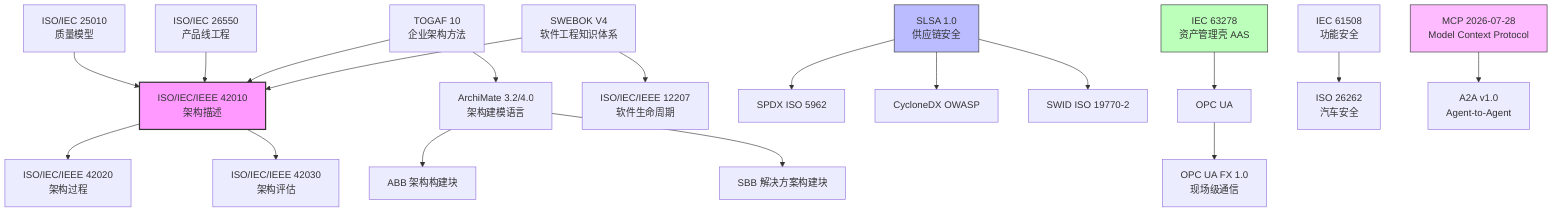
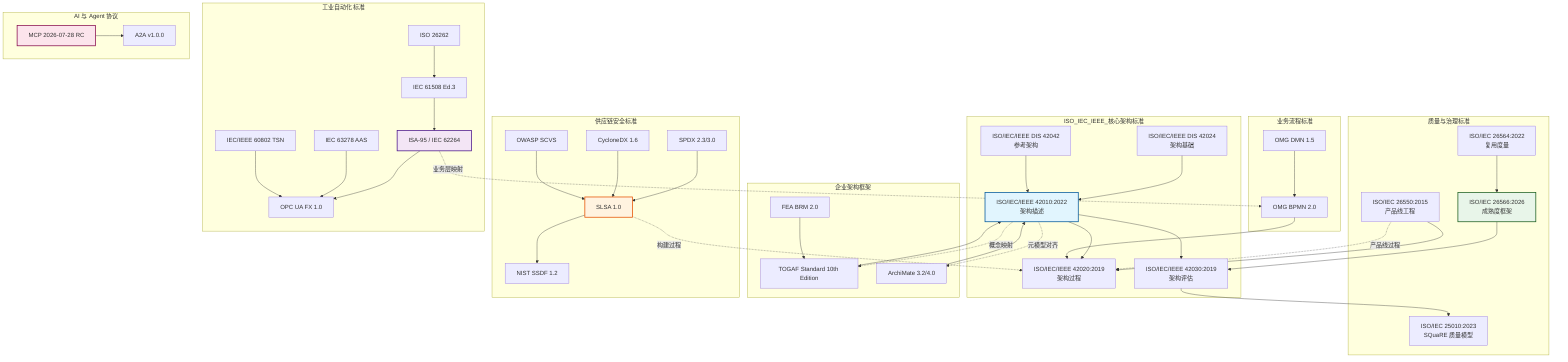
+ %% 软件工程架构复用视角：国际标准族谱图
+ %% 版本: 2026-06-06
+ %% 工具: Mermaid (graph TD)
+ %% 说明: 本图展示与本知识体系相关的国际标准之间的演化与依赖关系
+ 
graph TD
-     ISO42010[ISO/IEC/IEEE 42010<br/>架构描述] --> ISO42020[ISO/IEC/IEEE 42020<br/>架构过程]
-     ISO42010 --> ISO42030[ISO/IEC/IEEE 42030<br/>架构评估]
+     subgraph ISO_IEC_IEEE_核心架构标准
+         ISO42010[ISO/IEC/IEEE 42010:2022<br/>架构描述]
+         ISO42020[ISO/IEC/IEEE 42020:2019<br/>架构过程]
+         ISO42030[ISO/IEC/IEEE 42030:2019<br/>架构评估]
+         ISO42024[ISO/IEC/IEEE DIS 42024<br/>架构基础]
+         ISO42042[ISO/IEC/IEEE DIS 42042<br/>参考架构]

-     ISO25010[ISO/IEC 25010<br/>质量模型] --> ISO42010
+         ISO42010 --> ISO42020
+         ISO42010 --> ISO42030
+         ISO42024 --> ISO42010
+         ISO42042 --> ISO42010
+     end

-     ISO26550[ISO/IEC 26550<br/>产品线工程] --> ISO42010
+     subgraph 质量与治理标准
+         ISO25010[ISO/IEC 25010:2023<br/>SQuaRE 质量模型]
+         ISO26550[ISO/IEC 26550:2015<br/>产品线工程]
+         ISO26566[ISO/IEC 26566:2026<br/>成熟度框架]
+         ISO26564[ISO/IEC 26564:2022<br/>复用度量]

-     TOGAF[TOGAF 10<br/>企业架构方法] --> ISO42010
-     TOGAF --> ArchiMate[ArchiMate 3.2/4.0<br/>架构建模语言]
+         ISO42030 --> ISO25010
+         ISO26550 --> ISO42020
+         ISO26566 --> ISO42030
+         ISO26564 --> ISO26566
+     end

-     ArchiMate --> ABB[ABB 架构构建块]
-     ArchiMate --> SBB[SBB 解决方案构建块]
+     subgraph 企业架构框架
+         TOGAF10[TOGAF Standard 10th Edition]
+         ArchiMate42[ArchiMate 3.2/4.0]
+         FEABRM[FEA BRM 2.0]

-     SWEBOK[SWEBOK V4<br/>软件工程知识体系] --> ISO42010
-     SWEBOK --> ISO12207[ISO/IEC/IEEE 12207<br/>软件生命周期]
+         TOGAF10 --> ISO42010
+         ArchiMate42 --> ISO42010
+         FEABRM --> TOGAF10
+     end

-     SLSA[SLSA 1.0<br/>供应链安全] --> SPDX[SPDX ISO 5962]
-     SLSA --> CycloneDX[CycloneDX OWASP]
-     SLSA --> SWID[SWID ISO 19770-2]
+     subgraph 业务流程标准
+         BPMN20[OMG BPMN 2.0]
+         DMN15[OMG DMN 1.5]

-     IEC63278[IEC 63278<br/>资产管理壳 AAS] --> OPCUA[OPC UA]
-     OPCUA --> OPCUAFX[OPC UA FX 1.0<br/>现场级通信]
+         BPMN20 --> ISO42020
+         DMN15 --> BPMN20
+     end

-     IEC61508[IEC 61508<br/>功能安全] --> ISO26262[ISO 26262<br/>汽车安全]
+     subgraph 供应链安全标准
+         SLSA10[SLSA 1.0]
+         SPDX[SPDX 2.3/3.0]
+         CycloneDX[CycloneDX 1.6]
+         NISTSSDF[NIST SSDF 1.2]
+         OWASP[OWASP SCVS]

-     MCP[MCP 2026-07-28<br/>Model Context Protocol] --> A2A[A2A v1.0<br/>Agent-to-Agent]
+         SLSA10 --> NISTSSDF
+         SPDX --> SLSA10
+         CycloneDX --> SLSA10
+         OWASP --> SLSA10
+     end

-     style ISO42010 fill:#f9f,stroke:#333,stroke-width:2px
-     style SLSA fill:#bbf,stroke:#333
-     style IEC63278 fill:#bfb,stroke:#333
-     style MCP fill:#fbf,stroke:#333
+     subgraph 工业自动化标准
+         ISA95[ISA-95 / IEC 62264]
+         OPCUA[OPC UA FX 1.0]
+         IEC61508[IEC 61508 Ed.3]
+         ISO26262[ISO 26262]
+         IEC63278[IEC 63278 AAS]
+         TSN[IEC/IEEE 60802 TSN]
+ 
+         ISA95 --> OPCUA
+         IEC61508 --> ISA95
+         ISO26262 --> IEC61508
+         IEC63278 --> OPCUA
+         TSN --> OPCUA
+     end
+ 
+     subgraph AI 与 Agent 协议
+         MCP[MCP 2026-07-28 RC]
+         A2A[A2A v1.0.0]
+ 
+         MCP --> A2A
+     end
+ 
+     %% 跨族连接
+     ISO42010 -.->|概念映射| TOGAF10
+     ISO42010 -.->|元模型对齐| ArchiMate42
+     ISO26550 -.->|产品线过程| ISO42020
+     SLSA10 -.->|构建过程| ISO42020
+     ISA95 -.->|业务层映射| BPMN20
+ 
+     %% 样式
+     style ISO42010 fill:#e1f5fe,stroke:#01579b,stroke-width:2px
+     style ISO26566 fill:#e8f5e9,stroke:#1b5e20,stroke-width:2px
+     style SLSA10 fill:#fff3e0,stroke:#e65100,stroke-width:2px
+     style ISA95 fill:#f3e5f5,stroke:#4a148c,stroke-width:2px
+     style MCP fill:#fce4ec,stroke:#880e4f,stroke-width:2px
